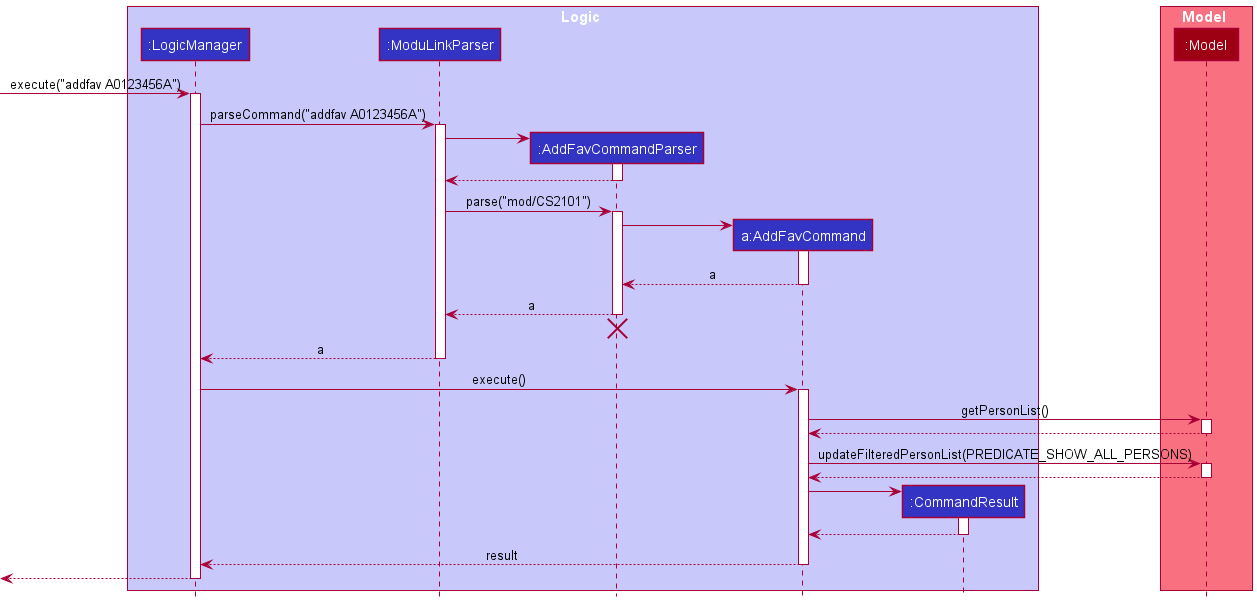
Earlier version of the PlantUML export docs/images/AddFavSequenceDiagram.png (nus-cs2103-AY2122S1/tp). The source it was exported from:
```plantuml
@startuml
!include style.puml

box Logic LOGIC_COLOR_T1
participant ":LogicManager" as LogicManager LOGIC_COLOR
participant ":ModuLinkParser" as ModuLinkParser LOGIC_COLOR
participant ":AddFavCommandParser" as AddFavCommandParser LOGIC_COLOR
participant "a:AddFavCommand" as AddFavCommand LOGIC_COLOR
participant ":CommandResult" as CommandResult LOGIC_COLOR
end box

box Model MODEL_COLOR_T1
participant ":Model" as Model MODEL_COLOR
end box

[-> LogicManager : execute("addfav A0123456A")
activate LogicManager

LogicManager -> ModuLinkParser : parseCommand("addfav A0123456A")
activate ModuLinkParser

create AddFavCommandParser
ModuLinkParser -> AddFavCommandParser
activate AddFavCommandParser

AddFavCommandParser --> ModuLinkParser
deactivate AddFavCommandParser

ModuLinkParser -> AddFavCommandParser : parse("mod/CS2101")
activate AddFavCommandParser

create AddFavCommand
AddFavCommandParser -> AddFavCommand
activate AddFavCommand

AddFavCommand --> AddFavCommandParser : a
deactivate AddFavCommand

AddFavCommandParser --> ModuLinkParser : a
deactivate AddFavCommandParser
AddFavCommandParser -[hidden]-> ModuLinkParser
destroy AddFavCommandParser

ModuLinkParser --> LogicManager : a
deactivate ModuLinkParser

LogicManager -> AddFavCommand : execute()
activate AddFavCommand

AddFavCommand -> Model : getPersonList()
activate Model

Model --> AddFavCommand
deactivate Model

AddFavCommand -> Model : updateFilteredPersonList(PREDICATE_SHOW_ALL_PERSONS)
activate Model

Model --> AddFavCommand
deactivate Model

create CommandResult
AddFavCommand -> CommandResult
activate CommandResult

CommandResult --> AddFavCommand
deactivate CommandResult

AddFavCommand --> LogicManager : result
deactivate AddFavCommand

[<--LogicManager
deactivate LogicManager
@enduml
```
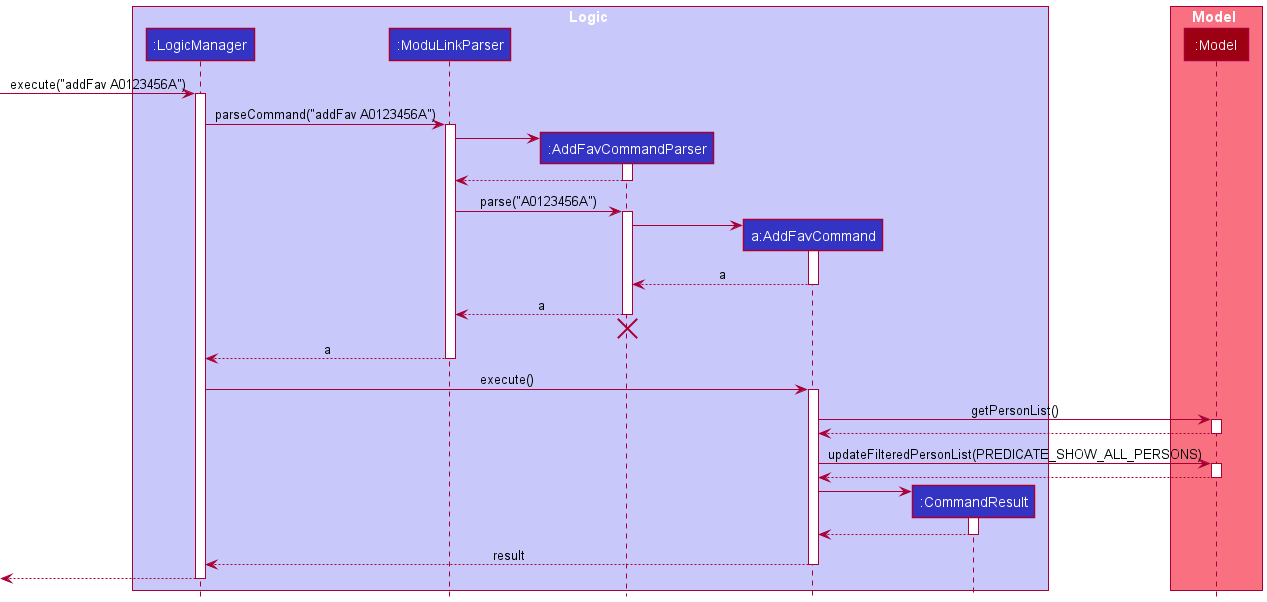
After the change.

Commit message:
Update addFav Sequence Diagram

Diff of the diagram source:
```diff
@@ -13,10 +13,10 @@
 participant ":Model" as Model MODEL_COLOR
 end box
 
-[-> LogicManager : execute("addfav A0123456A")
+[-> LogicManager : execute("addFav A0123456A")
 activate LogicManager
 
-LogicManager -> ModuLinkParser : parseCommand("addfav A0123456A")
+LogicManager -> ModuLinkParser : parseCommand("addFav A0123456A")
 activate ModuLinkParser
 
 create AddFavCommandParser
@@ -26,7 +26,7 @@
 AddFavCommandParser --> ModuLinkParser
 deactivate AddFavCommandParser
 
-ModuLinkParser -> AddFavCommandParser : parse("mod/CS2101")
+ModuLinkParser -> AddFavCommandParser : parse("A0123456A")
 activate AddFavCommandParser
 
 create AddFavCommand
```
